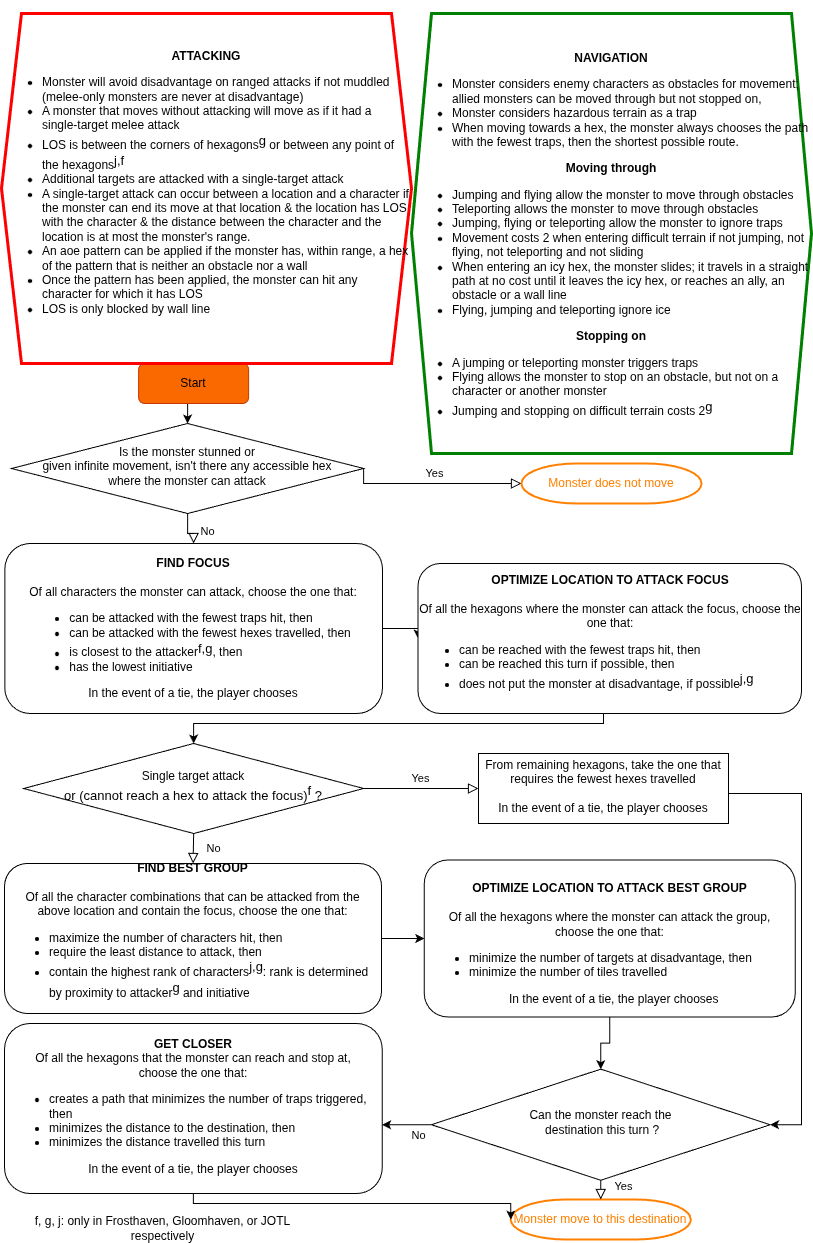
Above: GloomIA_Flowchart.png in Toucan4Life/gloom (draw.io), before the change. Source tidied: cells renumbered, new cells last; positions are measured from the earlier drawing's top-left corner, leaving out a move shared by most shapes.
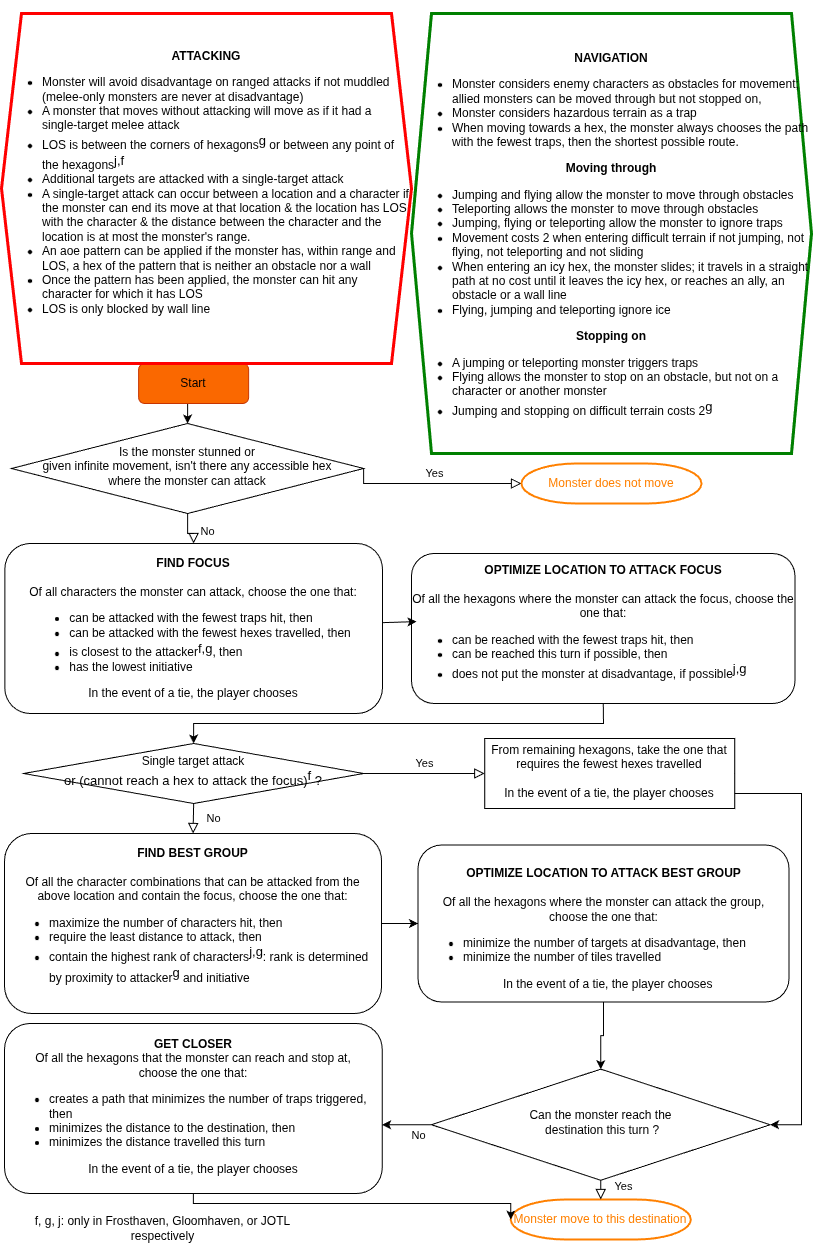
The same file after the commit.

Commit message:
fixed wrong rule in the los of area attack

Diff of the diagram source:
```diff
@@ -25,9 +25,6 @@
     <mxCell id="7" value="&lt;font color=&quot;#ff8000&quot;&gt;Monster does not move&lt;/font&gt;" style="strokeWidth=2;html=1;shape=mxgraph.flowchart.terminator;whiteSpace=wrap;strokeColor=#ff8000;" parent="1" vertex="1">
       <mxGeometry x="520" y="450" width="180.1" height="40" as="geometry" />
     </mxCell>
-    <mxCell id="8" style="edgeStyle=orthogonalEdgeStyle;rounded=0;jettySize=auto;html=1;exitX=1;exitY=0.5;exitDx=0;exitDy=0;entryX=0;entryY=0.5;entryDx=0;entryDy=0;" parent="1" edge="1" source="9" target="11">
-      <mxGeometry relative="1" as="geometry" />
-    </mxCell>
     <mxCell id="9" value="&lt;div&gt;&lt;b&gt;FIND FOCUS&lt;/b&gt;&lt;br&gt;&lt;/div&gt;&lt;div&gt;&lt;br&gt;&lt;/div&gt;&lt;div&gt;Of all characters the monster can attack, choose the one that: &lt;br&gt;&lt;/div&gt;&lt;div align=&quot;left&quot;&gt;&lt;ul&gt;&lt;li&gt;can be attacked with the fewest traps hit, then&lt;/li&gt;&lt;li&gt;can be attacked with the fewest hexes travelled, then&lt;/li&gt;&lt;li&gt;is closest to the attacker&lt;font size=&quot;1&quot;&gt;&lt;sup style=&quot;font-size: 13px;&quot;&gt;f,g&lt;/sup&gt;&lt;/font&gt;, then&lt;/li&gt;&lt;li&gt;has the lowest initiative&lt;/li&gt;&lt;/ul&gt;&lt;/div&gt;&lt;div&gt;In the event of a tie, the player chooses&lt;br&gt;&lt;/div&gt;" style="rounded=1;whiteSpace=wrap;html=1;fontSize=12;glass=0;strokeWidth=1;shadow=0;" parent="1" vertex="1">
       <mxGeometry x="3.3" y="530" width="377.6" height="170" as="geometry" />
     </mxCell>
@@ -41,10 +38,10 @@
       </mxGeometry>
     </mxCell>
     <mxCell id="11" value="&lt;div&gt;&lt;b&gt;OPTIMIZE LOCATION TO ATTACK FOCUS&lt;/b&gt;&lt;br&gt;&lt;/div&gt;&lt;div&gt;&lt;br&gt;&lt;/div&gt;&lt;div&gt;Of all the hexagons where the monster can attack the focus, choose the one that:&lt;/div&gt;&lt;div align=&quot;left&quot;&gt;&lt;ul&gt;&lt;li&gt;can be reached with the fewest traps hit, then&lt;/li&gt;&lt;li&gt;can be reached this turn if possible, then&lt;/li&gt;&lt;li&gt;does not put the monster at disadvantage, if possible&lt;sup&gt;&lt;font style=&quot;font-size: 13px;&quot;&gt;j,g&lt;/font&gt;&lt;/sup&gt;&lt;/li&gt;&lt;/ul&gt;&lt;/div&gt;" style="rounded=1;whiteSpace=wrap;html=1;fontSize=12;glass=0;strokeWidth=1;shadow=0;" parent="1" vertex="1">
-      <mxGeometry x="416.5" y="550" width="383.5" height="150" as="geometry" />
+      <mxGeometry x="410" y="540" width="383.5" height="150" as="geometry" />
     </mxCell>
     <mxCell id="12" value="&lt;div&gt;Single target attack &lt;br&gt;&lt;/div&gt;&lt;div style=&quot;font-size: 13px;&quot;&gt;or (cannot reach a hex to attack the focus)&lt;sup&gt;&lt;font style=&quot;font-size: 13px;&quot;&gt;f&lt;/font&gt;&lt;/sup&gt; ?&lt;/div&gt;" style="rhombus;whiteSpace=wrap;html=1;shadow=0;fontFamily=Helvetica;fontSize=12;align=center;strokeWidth=1;spacing=6;spacingTop=-4;" parent="1" vertex="1">
-      <mxGeometry x="22.1" y="730" width="340" height="90" as="geometry" />
+      <mxGeometry x="22.1" y="730" width="340" height="60" as="geometry" />
     </mxCell>
     <mxCell id="13" style="edgeStyle=orthogonalEdgeStyle;rounded=0;jettySize=auto;html=1;exitX=1;exitY=0.5;exitDx=0;exitDy=0;entryX=1;entryY=0.5;entryDx=0;entryDy=0;" parent="1" edge="1" source="14" target="21">
       <mxGeometry relative="1" as="geometry">
@@ -56,19 +53,19 @@
       </mxGeometry>
     </mxCell>
     <mxCell id="14" value="&lt;div&gt;From remaining hexagons, take the one that&lt;/div&gt;&lt;div&gt;requires the fewest hexes travelled&lt;/div&gt;&lt;div&gt;&lt;br&gt;&lt;/div&gt;&lt;div&gt;&lt;div align=&quot;center&quot;&gt;In the event of a tie, the player chooses&lt;br&gt;&lt;/div&gt;&lt;/div&gt;" style="whiteSpace=wrap;html=1;shadow=0;strokeWidth=1;spacing=6;spacingTop=-4;" parent="1" vertex="1">
-      <mxGeometry x="477" y="740" width="250" height="70" as="geometry" />
+      <mxGeometry x="483.2" y="725" width="250" height="70" as="geometry" />
     </mxCell>
     <mxCell id="15" style="edgeStyle=orthogonalEdgeStyle;rounded=0;jettySize=auto;html=1;exitX=1;exitY=0.5;exitDx=0;exitDy=0;entryX=0;entryY=0.5;entryDx=0;entryDy=0;" parent="1" edge="1" source="16" target="18">
       <mxGeometry relative="1" as="geometry" />
     </mxCell>
     <mxCell id="16" value="&lt;div&gt;&lt;b&gt;FIND BEST GROUP&lt;/b&gt;&lt;br&gt;&lt;/div&gt;&lt;div&gt;&lt;br&gt;&lt;/div&gt;&lt;div&gt;Of all the character combinations that can be attacked from the above&amp;nbsp;&lt;span style=&quot;background-color: initial; --darkreader-inline-bgcolor: initial;&quot;&gt;location and contain the focus, choose the one that:&lt;/span&gt;&lt;/div&gt;&lt;div align=&quot;left&quot;&gt;&lt;ul&gt;&lt;li&gt;maximize the number of characters hit, then&lt;/li&gt;&lt;li&gt;require the least distance to attack, then&lt;/li&gt;&lt;li&gt;contain the highest rank of characters&lt;sup&gt;&lt;font style=&quot;font-size: 13px;&quot;&gt;j,g&lt;/font&gt;&lt;/sup&gt;: rank is determined by proximity to attacker&lt;sup&gt;&lt;font style=&quot;font-size: 13px;&quot;&gt;g&lt;/font&gt;&lt;/sup&gt; and initiative&lt;/li&gt;&lt;/ul&gt;&lt;/div&gt;" style="whiteSpace=wrap;html=1;shadow=0;strokeWidth=1;spacing=6;spacingTop=-4;rounded=1;" parent="1" vertex="1">
-      <mxGeometry x="3.1" y="850" width="377" height="150" as="geometry" />
+      <mxGeometry x="3.1" y="820" width="377" height="180" as="geometry" />
     </mxCell>
     <mxCell id="17" style="edgeStyle=orthogonalEdgeStyle;rounded=0;jettySize=auto;html=1;exitX=0.5;exitY=1;exitDx=0;exitDy=0;entryX=0.5;entryY=0;entryDx=0;entryDy=0;" parent="1" edge="1" source="18" target="21">
       <mxGeometry relative="1" as="geometry" />
     </mxCell>
     <mxCell id="18" value="&lt;div&gt;&lt;br&gt;&lt;/div&gt;&lt;div&gt;&lt;b&gt;OPTIMIZE LOCATION TO ATTACK BEST GROUP&lt;/b&gt;&lt;br&gt;&lt;/div&gt;&lt;div&gt;&lt;br&gt;&lt;/div&gt;&lt;div&gt;&lt;div&gt;Of all the hexagons where the monster can attack the group, choose&amp;nbsp;&lt;span style=&quot;background-color: initial;&quot;&gt;the one that:&lt;/span&gt;&lt;/div&gt;&lt;/div&gt;&lt;div align=&quot;left&quot;&gt;&lt;ul&gt;&lt;li&gt;minimize the number of targets at disadvantage, then&lt;/li&gt;&lt;li&gt;minimize the number of tiles travelled&lt;/li&gt;&lt;/ul&gt;&lt;div&gt;&lt;span style=&quot;white-space: pre;&quot;&gt;&#9;&lt;span style=&quot;white-space: pre;&quot;&gt;&#9;&lt;/span&gt;&lt;span style=&quot;white-space: pre;&quot;&gt;&#9;&lt;/span&gt;&lt;/span&gt;In the event of a tie, the player chooses&lt;br&gt;&lt;/div&gt;&lt;/div&gt;" style="whiteSpace=wrap;html=1;shadow=0;strokeWidth=1;spacing=6;spacingTop=-4;rounded=1;" parent="1" vertex="1">
-      <mxGeometry x="422.8" y="846.5" width="371" height="157" as="geometry" />
+      <mxGeometry x="416.5" y="831.5" width="371" height="157" as="geometry" />
     </mxCell>
     <mxCell id="19" style="edgeStyle=orthogonalEdgeStyle;rounded=0;jettySize=auto;html=1;" parent="1" edge="1" source="21" target="24">
       <mxGeometry relative="1" as="geometry">
@@ -112,11 +109,14 @@
     <mxCell id="28" value="&lt;font style=&quot;font-size: 12px;&quot;&gt;&lt;br&gt;&lt;/font&gt;&lt;div&gt;&lt;font style=&quot;font-size: 12px;&quot;&gt;&lt;b&gt;NAVIGATION&lt;/b&gt;&lt;/font&gt;&lt;/div&gt;&lt;div align=&quot;left&quot;&gt;&lt;ul&gt;&lt;li&gt;&lt;font style=&quot;font-size: 12px;&quot;&gt;Monster considers enemy characters as obstacles for movement; allied monsters can be moved through but not stopped on,&lt;/font&gt;&lt;/li&gt;&lt;li&gt;&lt;font style=&quot;font-size: 12px;&quot;&gt;Monster considers hazardous terrain as a trap&lt;/font&gt;&lt;/li&gt;&lt;li&gt;&lt;font style=&quot;font-size: 12px;&quot;&gt;When moving towards a hex, the monster always chooses the path with the fewest traps, then the shortest possible route.&lt;/font&gt;&lt;/li&gt;&lt;/ul&gt;&lt;/div&gt;&lt;div&gt;&lt;font style=&quot;font-size: 12px;&quot;&gt;&lt;b&gt;Moving through&lt;/b&gt;&lt;/font&gt;&lt;div&gt;&lt;div align=&quot;left&quot;&gt;&lt;ul&gt;&lt;li&gt;&lt;font style=&quot;font-size: 12px;&quot;&gt;Jumping and flying allow the monster to move through obstacles&lt;/font&gt;&lt;/li&gt;&lt;li&gt;&lt;font style=&quot;font-size: 12px;&quot;&gt;Teleporting allows the monster to move through obstacles&lt;/font&gt;&lt;/li&gt;&lt;li&gt;&lt;font style=&quot;font-size: 12px;&quot;&gt;Jumping, flying or teleporting allow the monster to ignore traps&lt;/font&gt;&lt;/li&gt;&lt;li&gt;&lt;font style=&quot;font-size: 12px;&quot;&gt;Movement costs 2 when entering difficult terrain if not jumping, not flying, not teleporting and not sliding&lt;/font&gt;&lt;/li&gt;&lt;li&gt;&lt;font style=&quot;font-size: 12px;&quot;&gt;When entering an icy hex, the monster slides; it travels in a straight path at no cost until it leaves the icy hex, or reaches an ally, an obstacle or a wall line&lt;/font&gt;&lt;/li&gt;&lt;li&gt;&lt;font style=&quot;font-size: 12px;&quot;&gt;Flying, jumping and teleporting ignore ice&lt;/font&gt;&lt;/li&gt;&lt;/ul&gt;&lt;/div&gt;&lt;div&gt;&lt;div align=&quot;center&quot;&gt;&lt;font style=&quot;font-size: 12px;&quot;&gt;&lt;b&gt;Stopping on&lt;/b&gt;&lt;/font&gt;&lt;/div&gt;&lt;div align=&quot;left&quot;&gt;&lt;ul&gt;&lt;li&gt;&lt;font style=&quot;font-size: 12px;&quot;&gt;A jumping or teleporting monster triggers traps&lt;/font&gt;&lt;/li&gt;&lt;li&gt;&lt;font style=&quot;font-size: 12px;&quot;&gt;Flying allows the monster to stop on an obstacle, but not on a character or another monster&lt;br&gt;&lt;/font&gt;&lt;/li&gt;&lt;li style=&quot;&quot;&gt;&lt;font style=&quot;font-size: 12px;&quot;&gt;Jumping and stopping on difficult terrain costs 2&lt;/font&gt;&lt;font size=&quot;1&quot;&gt;&lt;sup style=&quot;font-size: 13px;&quot;&gt;g&lt;/sup&gt;&lt;/font&gt;&lt;/li&gt;&lt;/ul&gt;&lt;/div&gt;&lt;/div&gt;&lt;/div&gt;&lt;/div&gt;" style="shape=hexagon;perimeter=hexagonPerimeter2;whiteSpace=wrap;html=1;fixedSize=1;strokeColor=#008000;strokeWidth=3;" parent="1" vertex="1">
       <mxGeometry x="410" width="400" height="440" as="geometry" />
     </mxCell>
-    <mxCell id="29" value="&lt;div&gt;&lt;font style=&quot;font-size: 12px;&quot;&gt;&lt;b&gt;ATTACKING&lt;/b&gt;&lt;/font&gt;&lt;/div&gt;&lt;div align=&quot;left&quot;&gt;&lt;ul&gt;&lt;li&gt;&lt;div&gt;&lt;font style=&quot;font-size: 12px;&quot;&gt;Monster will avoid disadvantage on ranged attacks if not muddled (melee-only monsters are never at disadvantage)&lt;/font&gt;&lt;/div&gt;&lt;/li&gt;&lt;li&gt;&lt;div&gt;&lt;font style=&quot;font-size: 12px;&quot;&gt;A monster that moves without attacking will move as if it had a single-target melee attack&lt;/font&gt;&lt;/div&gt;&lt;/li&gt;&lt;li&gt;&lt;div&gt;&lt;font style=&quot;font-size: 12px;&quot;&gt;LOS is between the corners of hexagons&lt;/font&gt;&lt;font size=&quot;1&quot;&gt;&lt;sup style=&quot;font-size: 13px;&quot;&gt;g&lt;/sup&gt;&lt;/font&gt;&lt;font style=&quot;font-size: 12px;&quot;&gt; or between any point of the hexagons&lt;/font&gt;&lt;font size=&quot;1&quot;&gt;&lt;sup style=&quot;font-size: 13px;&quot;&gt;j,f&lt;/sup&gt;&lt;/font&gt;&lt;/div&gt;&lt;/li&gt;&lt;li&gt;&lt;font style=&quot;font-size: 12px;&quot;&gt;Additional targets are attacked with a single-target attack&lt;/font&gt;&lt;/li&gt;&lt;li&gt;&lt;font style=&quot;font-size: 12px;&quot;&gt;A single-target attack can occur between a location and a character if the monster can end its move at that location &amp;amp; the location has LOS with the character &amp;amp; the distance between the character and the location is at most the monster's range.&lt;/font&gt;&lt;/li&gt;&lt;li&gt;&lt;font style=&quot;font-size: 12px;&quot;&gt;An aoe pattern can be applied if the monster has, within range, a hex of the pattern that is neither an obstacle nor a wall&lt;/font&gt;&lt;/li&gt;&lt;li&gt;&lt;font style=&quot;font-size: 12px;&quot;&gt;Once the pattern has been applied, the monster can hit any character for which it has LOS&lt;/font&gt;&lt;/li&gt;&lt;li&gt;&lt;font style=&quot;font-size: 12px;&quot;&gt;LOS is only blocked by wall line&lt;/font&gt;&lt;/li&gt;&lt;/ul&gt;&lt;/div&gt;" style="shape=hexagon;perimeter=hexagonPerimeter2;whiteSpace=wrap;html=1;fixedSize=1;strokeColor=#ff0000;strokeWidth=3;" parent="1" vertex="1">
+    <mxCell id="29" value="&lt;div&gt;&lt;font style=&quot;font-size: 12px;&quot;&gt;&lt;b&gt;ATTACKING&lt;/b&gt;&lt;/font&gt;&lt;/div&gt;&lt;div align=&quot;left&quot;&gt;&lt;ul&gt;&lt;li&gt;&lt;div&gt;&lt;font style=&quot;font-size: 12px;&quot;&gt;Monster will avoid disadvantage on ranged attacks if not muddled (melee-only monsters are never at disadvantage)&lt;/font&gt;&lt;/div&gt;&lt;/li&gt;&lt;li&gt;&lt;div&gt;&lt;font style=&quot;font-size: 12px;&quot;&gt;A monster that moves without attacking will move as if it had a single-target melee attack&lt;/font&gt;&lt;/div&gt;&lt;/li&gt;&lt;li&gt;&lt;div&gt;&lt;font style=&quot;font-size: 12px;&quot;&gt;LOS is between the corners of hexagons&lt;/font&gt;&lt;font size=&quot;1&quot;&gt;&lt;sup style=&quot;font-size: 13px;&quot;&gt;g&lt;/sup&gt;&lt;/font&gt;&lt;font style=&quot;font-size: 12px;&quot;&gt; or between any point of the hexagons&lt;/font&gt;&lt;font size=&quot;1&quot;&gt;&lt;sup style=&quot;font-size: 13px;&quot;&gt;j,f&lt;/sup&gt;&lt;/font&gt;&lt;/div&gt;&lt;/li&gt;&lt;li&gt;&lt;font style=&quot;font-size: 12px;&quot;&gt;Additional targets are attacked with a single-target attack&lt;/font&gt;&lt;/li&gt;&lt;li&gt;&lt;font style=&quot;font-size: 12px;&quot;&gt;A single-target attack can occur between a location and a character if the monster can end its move at that location &amp;amp; the location has LOS with the character &amp;amp; the distance between the character and the location is at most the monster's range.&lt;/font&gt;&lt;/li&gt;&lt;li&gt;&lt;font style=&quot;font-size: 12px;&quot;&gt;An aoe pattern can be applied if the monster has, within range and LOS, a hex of the pattern that is neither an obstacle nor a wall&lt;/font&gt;&lt;/li&gt;&lt;li&gt;&lt;font style=&quot;font-size: 12px;&quot;&gt;Once the pattern has been applied, the monster can hit any character for which it has LOS&lt;/font&gt;&lt;/li&gt;&lt;li&gt;&lt;font style=&quot;font-size: 12px;&quot;&gt;LOS is only blocked by wall line&lt;/font&gt;&lt;/li&gt;&lt;/ul&gt;&lt;/div&gt;" style="shape=hexagon;perimeter=hexagonPerimeter2;whiteSpace=wrap;html=1;fixedSize=1;strokeColor=#ff0000;strokeWidth=3;" parent="1" vertex="1">
       <mxGeometry width="410" height="350" as="geometry" />
     </mxCell>
     <mxCell id="30" value="f, g, j: only in Frosthaven, Gloomhaven, or JOTL respectively" style="text;html=1;strokeColor=none;fillColor=none;align=center;verticalAlign=middle;whiteSpace=wrap;rounded=0;" parent="1" vertex="1">
       <mxGeometry x="3.3" y="1200" width="316.7" height="30" as="geometry" />
     </mxCell>
+    <mxCell id="8" style="edgeStyle=none;html=1;entryX=0.013;entryY=0.454;entryDx=0;entryDy=0;entryPerimeter=0;" parent="1" edge="1" source="9" target="11">
+      <mxGeometry relative="1" as="geometry" />
+    </mxCell>
   </root>
 </mxGraphModel>
```
